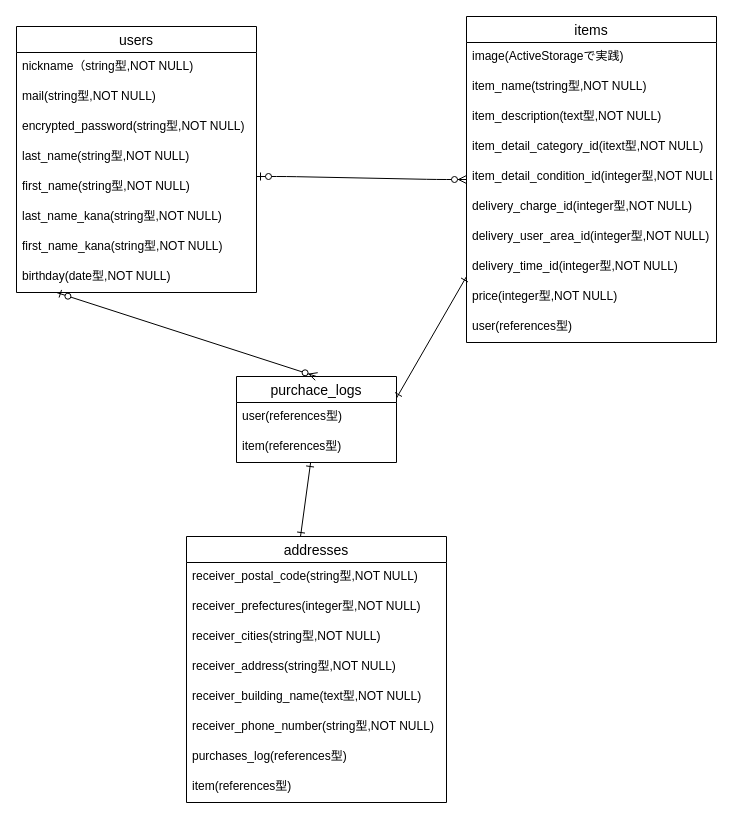
Earlier version of the draw.io diagram ER図.dio (honaki-days/furima-35831). Source tidied: cells renumbered, new cells numbered last; positions are measured from the earlier drawing's top-left corner, leaving out a move shared by most shapes. Both pictures are drawn from the tidied source at 100%, with x=0, y=0 at pixel (16, 16).
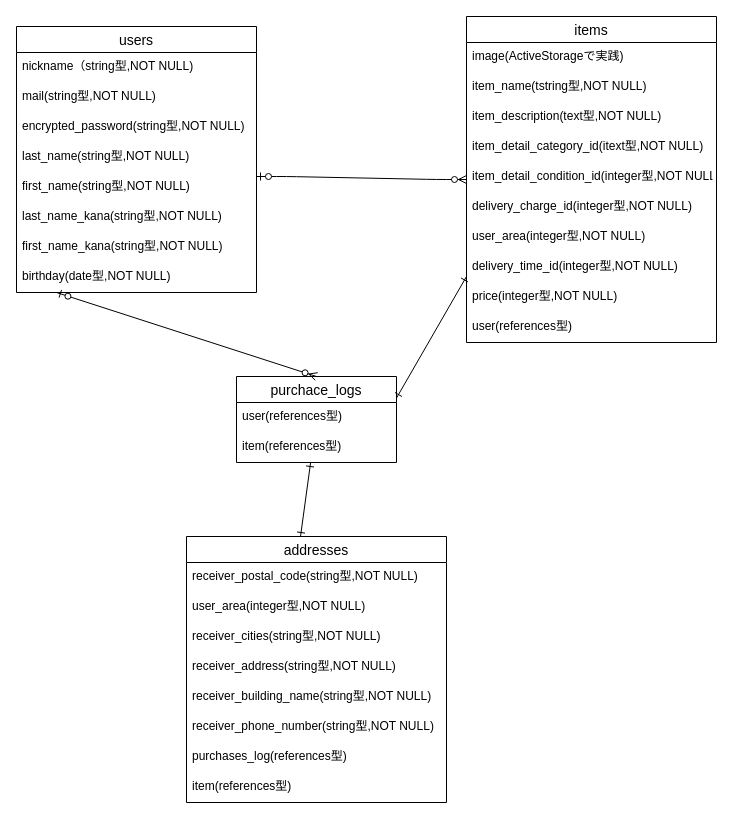
Above is the later version.

Commit message (it also covers changes not shown here):
ER図・README.md修正4回目

Unchanged cells that the change refers to:
```xml
<mxCell id="11" value="items" style="swimlane;fontStyle=0;horizontal=1;startSize=26;align=center;fontSize=14;" parent="1" vertex="1">
  <mxGeometry x="450" width="250" height="326" as="geometry" />
</mxCell>
<mxCell id="22" value="addresses" style="swimlane;fontStyle=0;horizontal=1;startSize=26;align=center;fontSize=14;" parent="1" vertex="1">
  <mxGeometry x="170" y="520" width="260" height="266" as="geometry" />
</mxCell>
```

Diff of the diagram source:
```diff
@@
-    <mxCell id="18" value="delivery_user_area_id(integer型,NOT NULL)" style="text;strokeColor=none;fillColor=none;spacingLeft=4;spacingRight=4;overflow=hidden;fontSize=12;" parent="11" vertex="1">
+    <mxCell id="18" value="user_area(integer型,NOT NULL)" style="text;strokeColor=none;fillColor=none;spacingLeft=4;spacingRight=4;overflow=hidden;fontSize=12;" parent="11" vertex="1">
       <mxGeometry y="206" width="250" height="30" as="geometry" />
     </mxCell>
@@
-    <mxCell id="24" value="receiver_prefectures(integer型,NOT NULL)" style="text;strokeColor=none;fillColor=none;spacingLeft=4;spacingRight=4;overflow=hidden;fontSize=12;" parent="22" vertex="1">
+    <mxCell id="24" value="user_area(integer型,NOT NULL)" style="text;strokeColor=none;fillColor=none;spacingLeft=4;spacingRight=4;overflow=hidden;fontSize=12;" parent="22" vertex="1">
       <mxGeometry y="56" width="260" height="30" as="geometry" />
     </mxCell>
@@
-    <mxCell id="27" value="receiver_building_name(text型,NOT NULL)" style="text;strokeColor=none;fillColor=none;spacingLeft=4;spacingRight=4;overflow=hidden;fontSize=12;" parent="22" vertex="1">
+    <mxCell id="27" value="receiver_building_name(string型,NOT NULL)" style="text;strokeColor=none;fillColor=none;spacingLeft=4;spacingRight=4;overflow=hidden;fontSize=12;" parent="22" vertex="1">
       <mxGeometry y="146" width="260" height="30" as="geometry" />
     </mxCell>
```
